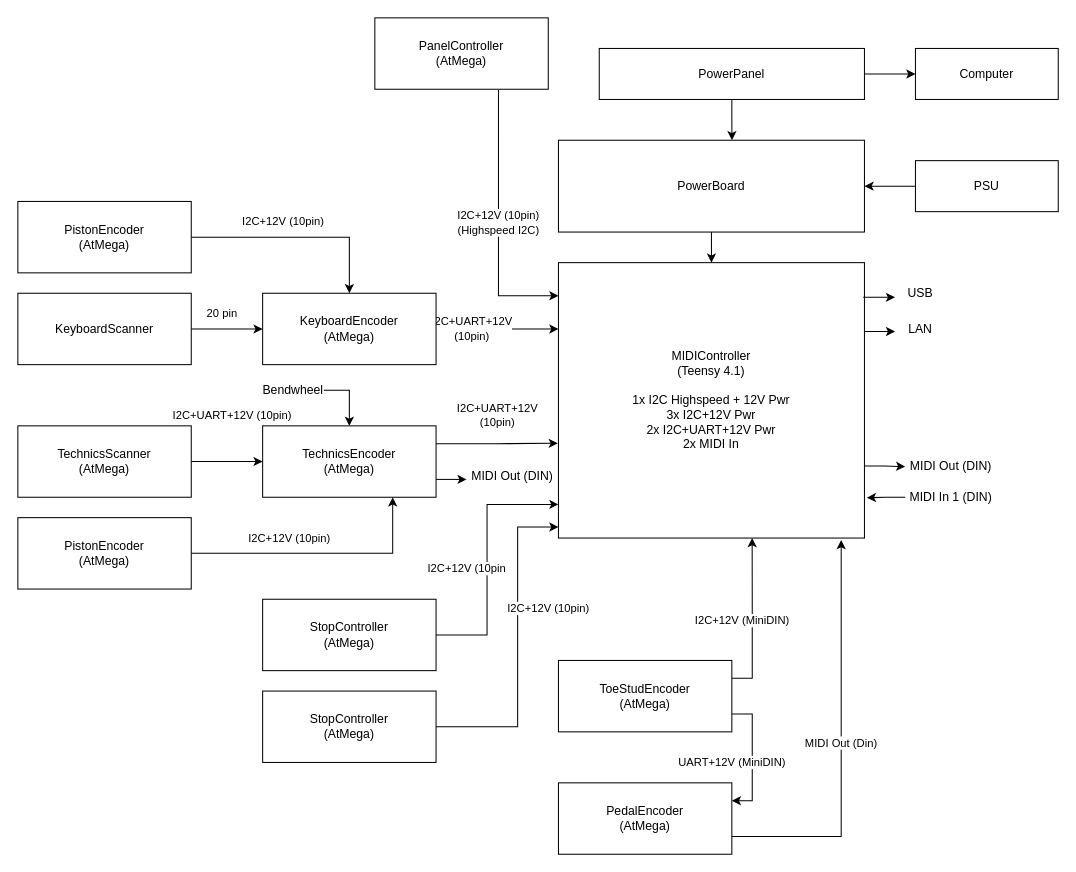
The draw.io diagram page "Boards" (1 of 4) of boards/Boards.drawio in stefanhepp/eOrgan, before the edit. Source tidied: cells renumbered, new cells numbered last; positions are measured from the earlier drawing's top-left corner, leaving out a move shared by most shapes. Both pictures are drawn from the tidied source at 102%, with x=0, y=0 at pixel (17, 17).
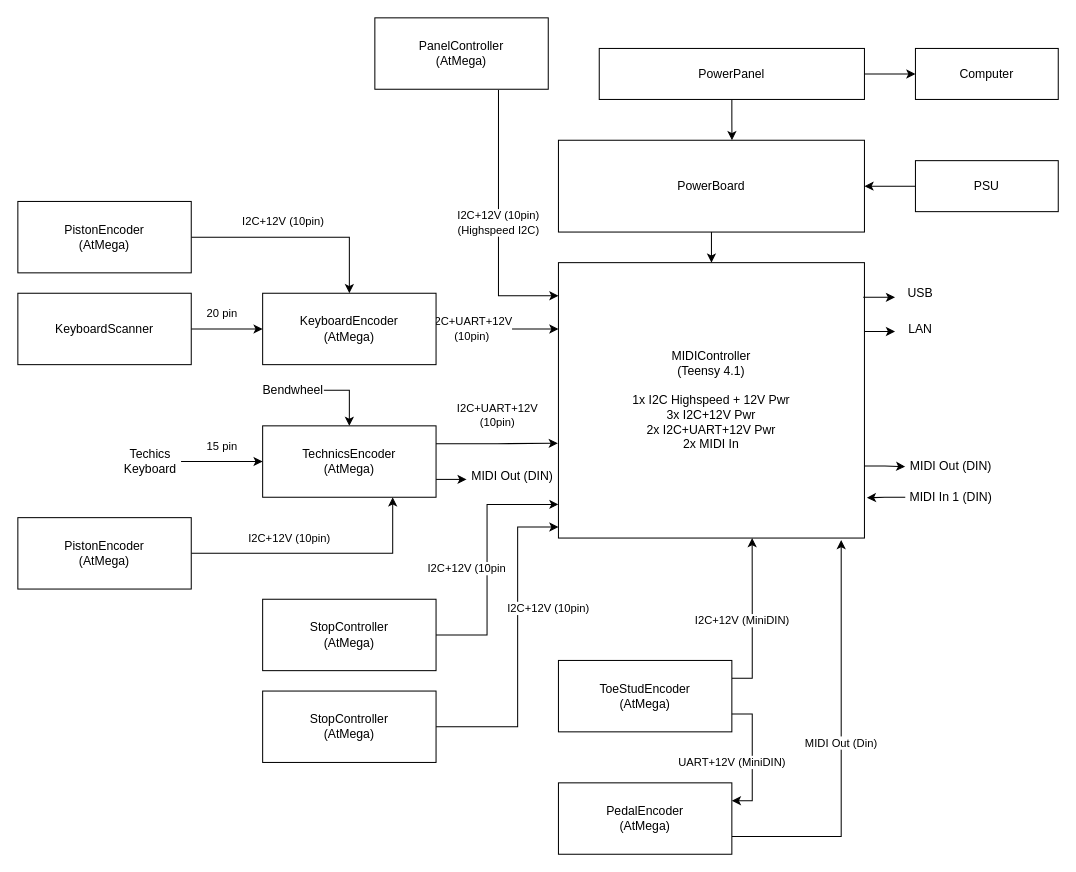
Above is the later version.

Unchanged cells that the change refers to:
```xml
<mxCell id="18" value="TechnicsEncoder&lt;br&gt;(AtMega)" style="rounded=0;whiteSpace=wrap;html=1;" parent="1" vertex="1">
  <mxGeometry x="240" y="400" width="170" height="70" as="geometry" />
</mxCell>
```

What changed in the source:
```diff
@@
-    <mxCell id="23" value="I2C+UART+12V (10pin)" style="edgeStyle=orthogonalEdgeStyle;rounded=0;jettySize=auto;html=1;" parent="1" edge="1" source="24" target="18">
-      <mxGeometry x="0.14" y="45" relative="1" as="geometry" />
-    </mxCell>
-    <mxCell id="24" value="TechnicsScanner&lt;br&gt;(AtMega)" style="rounded=0;whiteSpace=wrap;html=1;" parent="1" vertex="1">
-      <mxGeometry y="400" width="170" height="70" as="geometry" />
-    </mxCell>
@@
+    <mxCell id="46" value="15 pin" style="edgeStyle=orthogonalEdgeStyle;rounded=0;jettySize=auto;html=1;exitX=1;exitY=0.5;exitDx=0;exitDy=0;startArrow=none;startFill=0;endArrow=classic;endFill=1;" parent="1" edge="1" source="47" target="18">
+      <mxGeometry y="15" relative="1" as="geometry" />
+    </mxCell>
+    <mxCell id="47" value="Techics&lt;br&gt;Keyboard" style="text;html=1;strokeColor=none;fillColor=none;align=center;verticalAlign=middle;whiteSpace=wrap;rounded=0;dashed=1;" parent="1" vertex="1">
+      <mxGeometry x="100" y="420" width="60" height="30" as="geometry" />
+    </mxCell>
```
